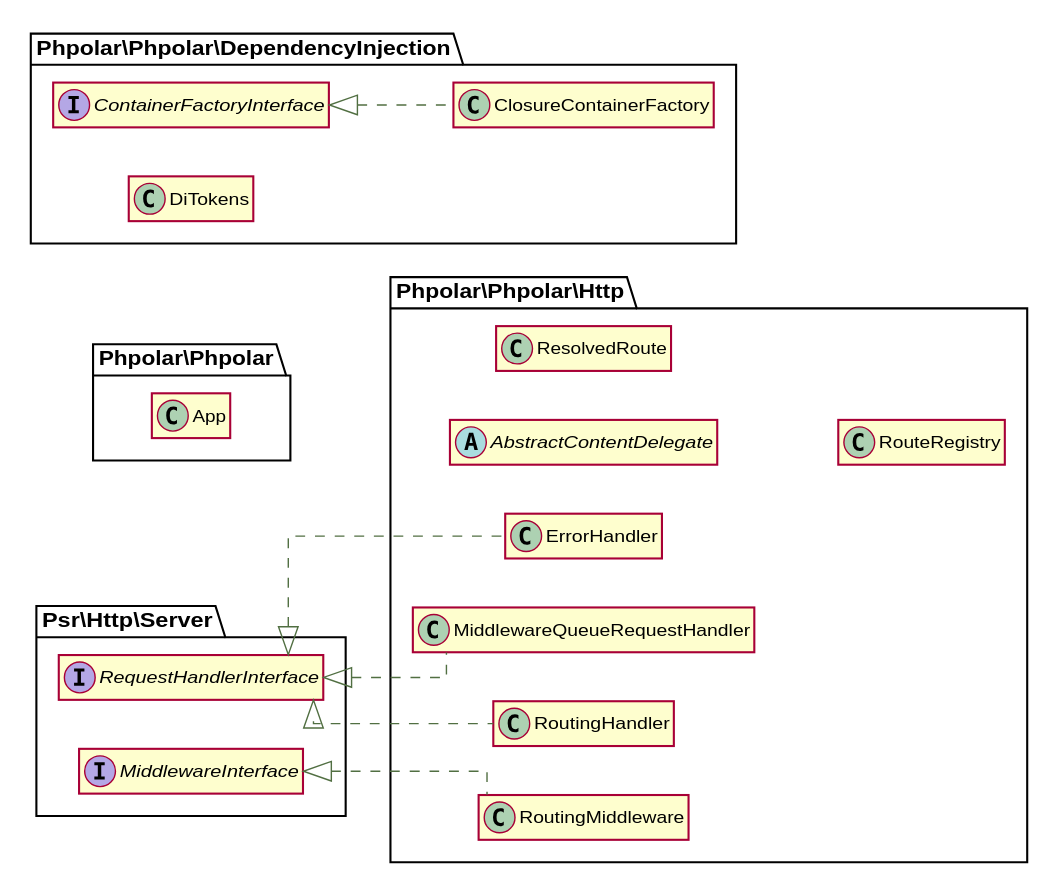
Above: docs/graphs/classes.svg in phpolar/phpolar (PlantUML), before the change.
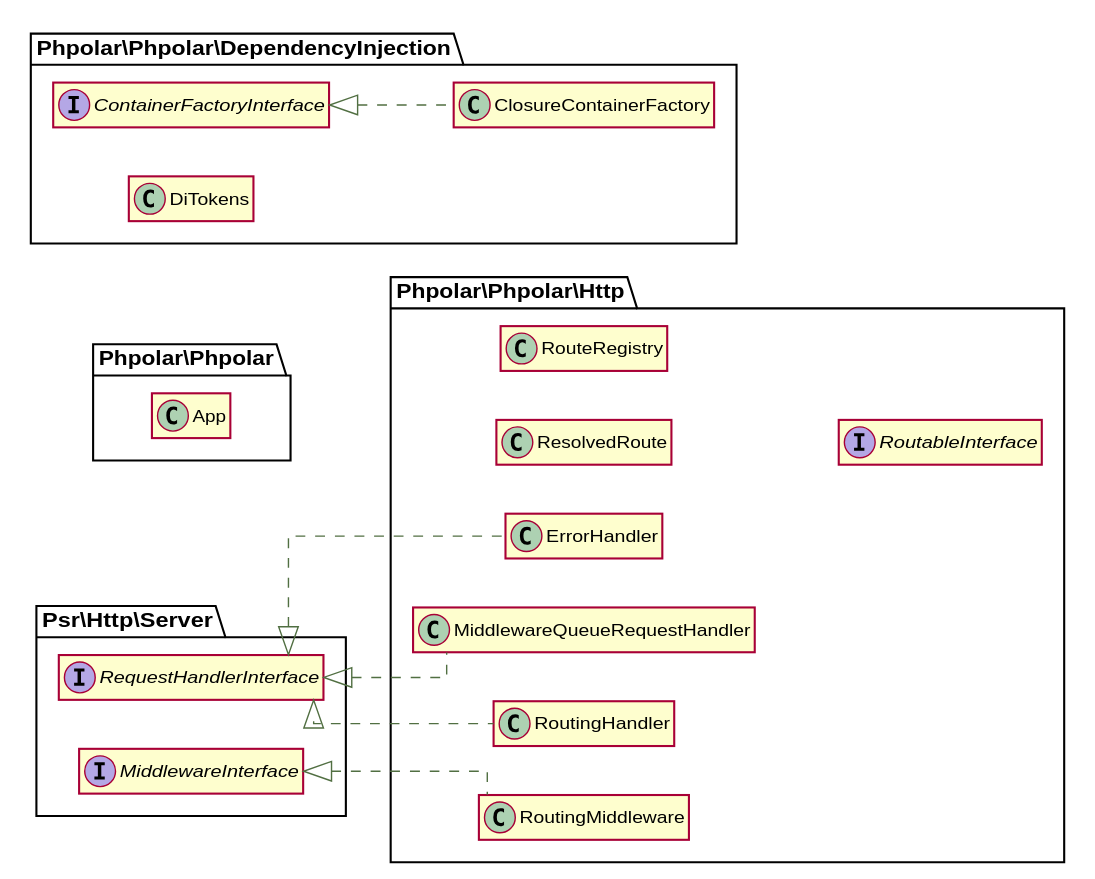
Later version of the same file.

What changed in the source:
```diff
@@ -25,9 +25,6 @@
 interface \\Phpolar\\Phpolar\\DependencyInjection\\ContainerFactoryInterface {
 }
 
-abstract class \\Phpolar\\Phpolar\\Http\\AbstractContentDelegate {
-}
-
 class \\Phpolar\\Phpolar\\Http\\ErrorHandler implements \\Psr\\Http\\Server\\RequestHandlerInterface {
 }
 
@@ -46,4 +43,7 @@
 class \\Phpolar\\Phpolar\\Http\\RoutingMiddleware implements \\Psr\\Http\\Server\\MiddlewareInterface {
 }
 
+interface \\Phpolar\\Phpolar\\Http\\RoutableInterface {
+}
+
 @enduml
```
